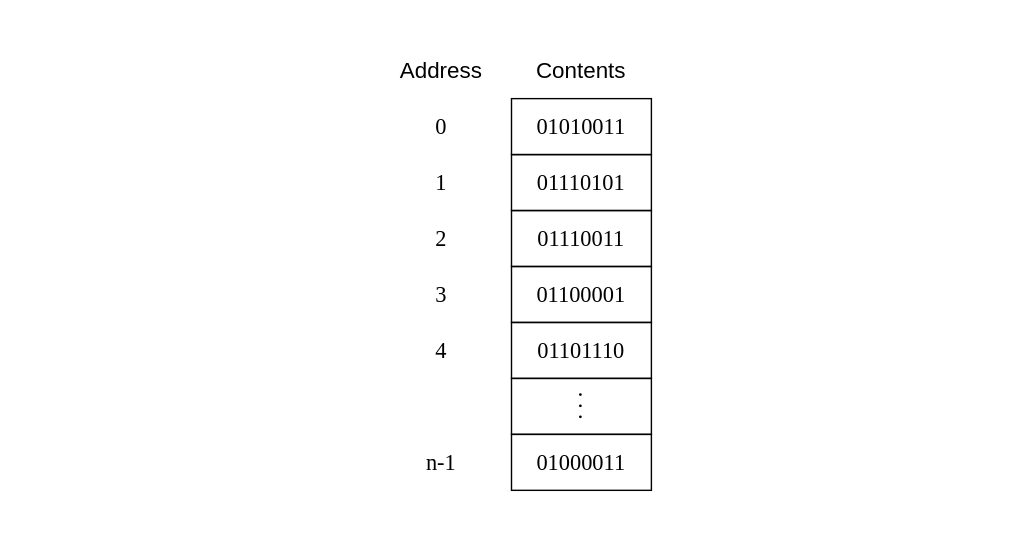
The draw.io diagram variable-address.drawio.svg in Shadient/Diagrams, before a commit. Source tidied: cells renumbered, new cells last; positions are measured from the earlier drawing's top-left corner, leaving out a move shared by most shapes. Source of this version:
```xml
<mxGraphModel>
  <root>
    <mxCell id="0" />
    <mxCell id="1" parent="0" />
    <mxCell id="2" style="rounded=0;whiteSpace=wrap;html=1;strokeColor=none;fillColor=none;" parent="1" vertex="1">
      <mxGeometry width="730" height="380" as="geometry" />
    </mxCell>
    <mxCell id="3" value="&lt;font style=&quot;font-size: 16px;&quot;&gt;Address&lt;/font&gt;" style="rounded=0;whiteSpace=wrap;html=1;fillColor=none;strokeColor=none;" parent="1" vertex="1">
      <mxGeometry x="265" y="30" width="100" height="40" as="geometry" />
    </mxCell>
    <mxCell id="4" value="&lt;font style=&quot;font-size: 16px;&quot;&gt;Contents&lt;/font&gt;" style="rounded=0;whiteSpace=wrap;html=1;fillColor=none;strokeColor=none;" parent="1" vertex="1">
      <mxGeometry x="365" y="30" width="100" height="40" as="geometry" />
    </mxCell>
    <mxCell id="5" value="&lt;font face=&quot;Lucida Console&quot; style=&quot;font-size: 16px;&quot;&gt;0&lt;/font&gt;" style="rounded=0;whiteSpace=wrap;html=1;fillColor=none;strokeColor=none;" parent="1" vertex="1">
      <mxGeometry x="265" y="70" width="100" height="40" as="geometry" />
    </mxCell>
    <mxCell id="6" value="&lt;font face=&quot;Lucida Console&quot; style=&quot;font-size: 16px;&quot;&gt;1&lt;/font&gt;" style="rounded=0;whiteSpace=wrap;html=1;fillColor=none;strokeColor=none;" parent="1" vertex="1">
      <mxGeometry x="265" y="110" width="100" height="40" as="geometry" />
    </mxCell>
    <mxCell id="7" value="&lt;font face=&quot;Lucida Console&quot; style=&quot;font-size: 16px;&quot;&gt;2&lt;/font&gt;" style="rounded=0;whiteSpace=wrap;html=1;fillColor=none;strokeColor=none;" parent="1" vertex="1">
      <mxGeometry x="265" y="150" width="100" height="40" as="geometry" />
    </mxCell>
    <mxCell id="8" value="&lt;font face=&quot;Lucida Console&quot; style=&quot;font-size: 16px;&quot;&gt;3&lt;/font&gt;" style="rounded=0;whiteSpace=wrap;html=1;fillColor=none;strokeColor=none;" parent="1" vertex="1">
      <mxGeometry x="265" y="190" width="100" height="40" as="geometry" />
    </mxCell>
    <mxCell id="9" value="&lt;font face=&quot;Lucida Console&quot; style=&quot;font-size: 16px;&quot;&gt;n-1&lt;/font&gt;" style="rounded=0;whiteSpace=wrap;html=1;fillColor=none;strokeColor=none;" parent="1" vertex="1">
      <mxGeometry x="265" y="310" width="100" height="40" as="geometry" />
    </mxCell>
    <mxCell id="10" value="&lt;font face=&quot;Lucida Console&quot; style=&quot;font-size: 16px;&quot;&gt;4&lt;/font&gt;" style="rounded=0;whiteSpace=wrap;html=1;fillColor=none;strokeColor=none;" parent="1" vertex="1">
      <mxGeometry x="265" y="230" width="100" height="40" as="geometry" />
    </mxCell>
    <mxCell id="11" value="&lt;font face=&quot;Lucida Console&quot; style=&quot;font-size: 16px;&quot;&gt;01010011&lt;/font&gt;" style="rounded=0;whiteSpace=wrap;html=1;fillColor=none;strokeColor=default;" parent="1" vertex="1">
      <mxGeometry x="365" y="70" width="100" height="40" as="geometry" />
    </mxCell>
    <mxCell id="12" value="&lt;font face=&quot;Lucida Console&quot; style=&quot;font-size: 16px;&quot;&gt;01110101&lt;/font&gt;" style="rounded=0;whiteSpace=wrap;html=1;fillColor=none;strokeColor=default;" parent="1" vertex="1">
      <mxGeometry x="365" y="110" width="100" height="40" as="geometry" />
    </mxCell>
    <mxCell id="13" value="&lt;font face=&quot;Lucida Console&quot; style=&quot;font-size: 16px;&quot;&gt;01110011&lt;/font&gt;" style="rounded=0;whiteSpace=wrap;html=1;fillColor=none;strokeColor=default;" parent="1" vertex="1">
      <mxGeometry x="365" y="150" width="100" height="40" as="geometry" />
    </mxCell>
    <mxCell id="14" value="&lt;font face=&quot;Lucida Console&quot; style=&quot;font-size: 16px;&quot;&gt;01100001&lt;/font&gt;" style="rounded=0;whiteSpace=wrap;html=1;fillColor=none;strokeColor=default;" parent="1" vertex="1">
      <mxGeometry x="365" y="190" width="100" height="40" as="geometry" />
    </mxCell>
    <mxCell id="15" value="&lt;font face=&quot;Lucida Console&quot; style=&quot;font-size: 16px;&quot;&gt;01101110&lt;/font&gt;" style="rounded=0;whiteSpace=wrap;html=1;fillColor=none;strokeColor=default;" parent="1" vertex="1">
      <mxGeometry x="365" y="230" width="100" height="40" as="geometry" />
    </mxCell>
    <mxCell id="16" value="&lt;font face=&quot;Lucida Console&quot; style=&quot;font-size: 16px;&quot;&gt;. . .&lt;/font&gt;" style="rounded=0;whiteSpace=wrap;html=1;fillColor=none;strokeColor=none;rotation=90;" parent="1" vertex="1">
      <mxGeometry x="400" y="245" width="40" height="90" as="geometry" />
    </mxCell>
    <mxCell id="17" value="&lt;font face=&quot;Lucida Console&quot; style=&quot;font-size: 16px;&quot;&gt;01000011&lt;/font&gt;" style="rounded=0;whiteSpace=wrap;html=1;fillColor=none;strokeColor=default;" parent="1" vertex="1">
      <mxGeometry x="365" y="310" width="100" height="40" as="geometry" />
    </mxCell>
    <mxCell id="18" style="rounded=0;whiteSpace=wrap;html=1;fillColor=none;" parent="1" vertex="1">
      <mxGeometry x="365" y="270" width="100" height="40" as="geometry" />
    </mxCell>
  </root>
</mxGraphModel>
```
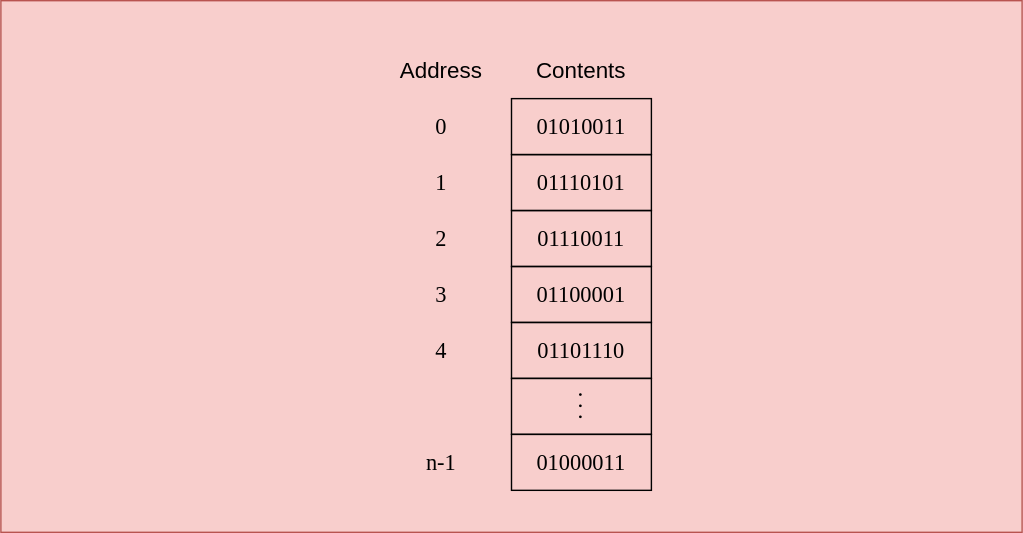
Later version of the same file.

The edit, as a diff of the source:
```diff
@@ -2,7 +2,7 @@
   <root>
     <mxCell id="0" />
     <mxCell id="1" parent="0" />
-    <mxCell id="2" style="rounded=0;whiteSpace=wrap;html=1;strokeColor=none;fillColor=none;" parent="1" vertex="1">
+    <mxCell id="2" style="rounded=0;whiteSpace=wrap;html=1;strokeColor=#b85450;fillColor=#f8cecc;" parent="1" vertex="1">
       <mxGeometry width="730" height="380" as="geometry" />
     </mxCell>
     <mxCell id="3" value="&lt;font style=&quot;font-size: 16px;&quot;&gt;Address&lt;/font&gt;" style="rounded=0;whiteSpace=wrap;html=1;fillColor=none;strokeColor=none;" parent="1" vertex="1">
```
